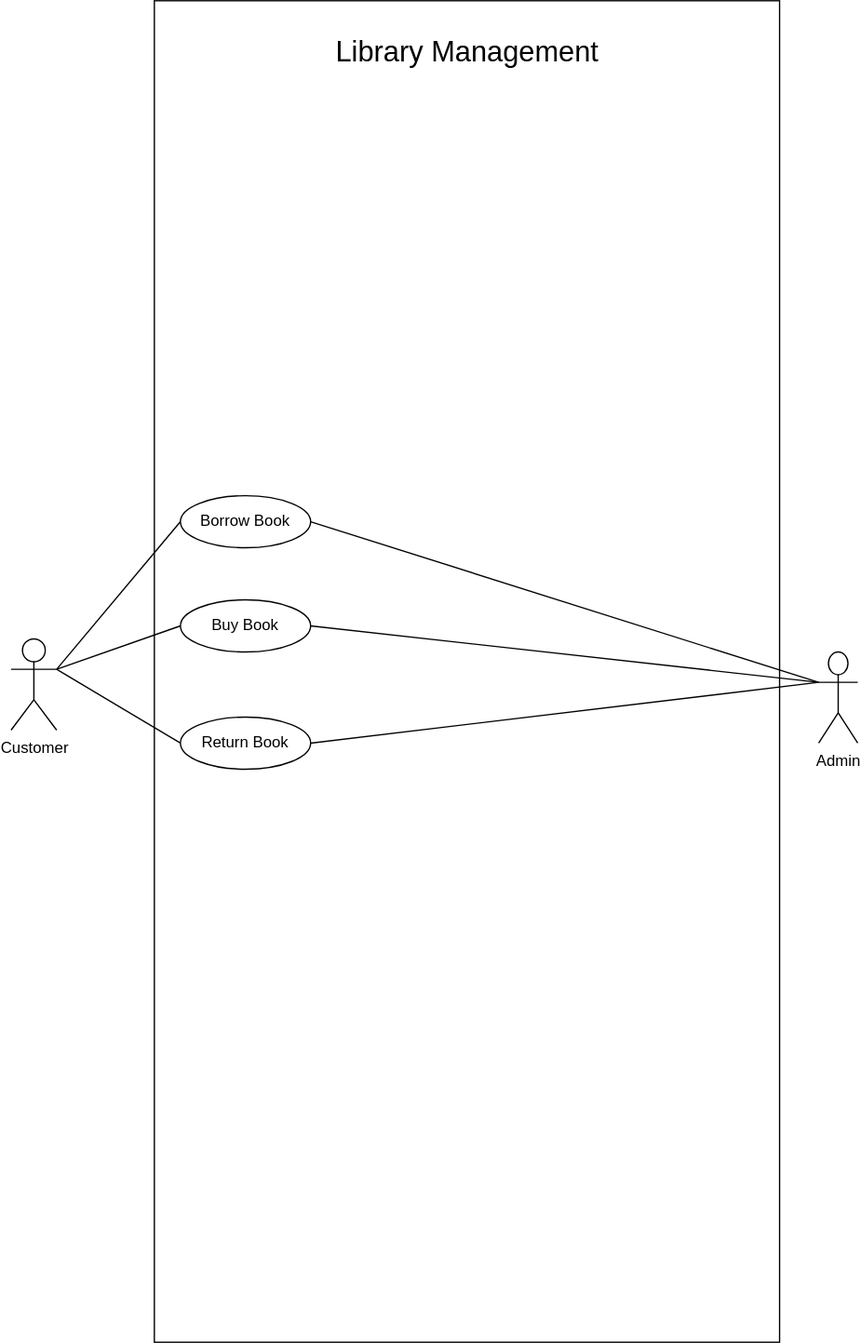
The draw.io diagram Library/control-flows/Case Diagram.svg in adarsh-kishore786/IT-Project, before a commit. Source tidied: cells renumbered, new cells last; positions are measured from the earlier drawing's top-left corner, leaving out a move shared by most shapes.
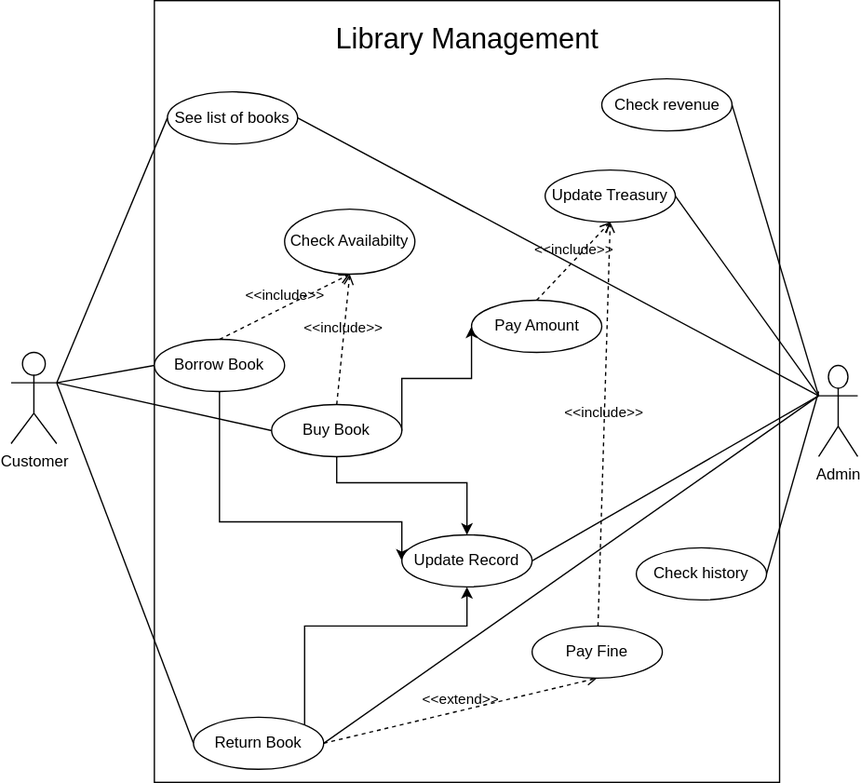
After the change.

Diff of the diagram source:
```diff
@@ -9,16 +9,44 @@
       <mxGeometry x="620" y="500" width="30" height="70" as="geometry" />
     </mxCell>
     <mxCell id="4" style="rounded=0;whiteSpace=wrap;html=1;" parent="1" vertex="1">
-      <mxGeometry x="110" width="480" height="1030" as="geometry" />
+      <mxGeometry x="110" y="220" width="480" height="600" as="geometry" />
     </mxCell>
+    <mxCell id="15" style="edgeStyle=elbowEdgeStyle;rounded=0;jettySize=auto;elbow=vertical;html=1;exitX=0.5;exitY=1;exitDx=0;exitDy=0;entryX=0;entryY=0.5;entryDx=0;entryDy=0;" parent="1" edge="1" source="5" target="29">
+      <mxGeometry relative="1" as="geometry">
+        <Array as="points">
+          <mxPoint x="270" y="620" />
+          <mxPoint x="410" y="490" />
+          <mxPoint x="320" y="490" />
+          <mxPoint x="490" y="500" />
+        </Array>
+      </mxGeometry>
+    </mxCell>
     <mxCell id="5" value="Borrow Book" style="ellipse;whiteSpace=wrap;html=1;" parent="1" vertex="1">
-      <mxGeometry x="130" y="380" width="100" height="40" as="geometry" />
+      <mxGeometry x="110" y="480" width="100" height="40" as="geometry" />
     </mxCell>
+    <mxCell id="16" style="edgeStyle=elbowEdgeStyle;rounded=0;jettySize=auto;elbow=vertical;html=1;exitX=1;exitY=0.5;exitDx=0;exitDy=0;entryX=0;entryY=0.5;entryDx=0;entryDy=0;" parent="1" edge="1" source="6" target="27">
+      <mxGeometry relative="1" as="geometry" />
+    </mxCell>
+    <mxCell id="17" style="edgeStyle=elbowEdgeStyle;rounded=0;jettySize=auto;elbow=vertical;html=1;entryX=0.5;entryY=0;entryDx=0;entryDy=0;exitX=0.5;exitY=1;exitDx=0;exitDy=0;" parent="1" edge="1" source="6" target="29">
+      <mxGeometry relative="1" as="geometry">
+        <Array as="points">
+          <mxPoint x="240" y="590" />
+        </Array>
+      </mxGeometry>
+    </mxCell>
     <mxCell id="6" value="Buy Book" style="ellipse;whiteSpace=wrap;html=1;" parent="1" vertex="1">
-      <mxGeometry x="130" y="460" width="100" height="40" as="geometry" />
+      <mxGeometry x="200" y="530" width="100" height="40" as="geometry" />
     </mxCell>
+    <mxCell id="18" style="edgeStyle=elbowEdgeStyle;rounded=0;jettySize=auto;elbow=vertical;html=1;exitX=1;exitY=1;exitDx=0;exitDy=0;entryX=0.5;entryY=1;entryDx=0;entryDy=0;" parent="1" edge="1" source="7" target="29">
+      <mxGeometry relative="1" as="geometry">
+        <Array as="points">
+          <mxPoint x="290" y="700" />
+          <mxPoint x="350" y="660" />
+        </Array>
+      </mxGeometry>
+    </mxCell>
     <mxCell id="7" value="Return Book" style="ellipse;whiteSpace=wrap;html=1;" parent="1" vertex="1">
-      <mxGeometry x="130" y="550" width="100" height="40" as="geometry" />
+      <mxGeometry x="140" y="770" width="100" height="40" as="geometry" />
     </mxCell>
     <mxCell id="8" style="endArrow=none;html=1;rounded=0;entryX=0;entryY=0.5;entryDx=0;entryDy=0;exitX=1;exitY=0.3333333333333333;exitDx=0;exitDy=0;exitPerimeter=0;" parent="1" edge="1" source="2" target="6">
       <mxGeometry relative="1" as="geometry" />
@@ -29,17 +57,73 @@
     <mxCell id="10" style="endArrow=none;html=1;rounded=0;entryX=0;entryY=0.5;entryDx=0;entryDy=0;exitX=1;exitY=0.3333333333333333;exitDx=0;exitDy=0;exitPerimeter=0;" parent="1" edge="1" source="2" target="7">
       <mxGeometry relative="1" as="geometry" />
     </mxCell>
-    <mxCell id="11" style="endArrow=none;html=1;rounded=0;entryX=0;entryY=0.3333333333333333;entryDx=0;entryDy=0;entryPerimeter=0;exitX=1;exitY=0.5;exitDx=0;exitDy=0;" parent="1" edge="1" source="5" target="3">
-      <mxGeometry relative="1" as="geometry" />
-    </mxCell>
-    <mxCell id="12" style="endArrow=none;html=1;rounded=0;entryX=0;entryY=0.3333333333333333;entryDx=0;entryDy=0;entryPerimeter=0;exitX=1;exitY=0.5;exitDx=0;exitDy=0;" parent="1" edge="1" source="6" target="3">
-      <mxGeometry relative="1" as="geometry" />
-    </mxCell>
     <mxCell id="13" style="endArrow=none;html=1;rounded=0;exitX=1;exitY=0.5;exitDx=0;exitDy=0;entryX=0;entryY=0.3333333333333333;entryDx=0;entryDy=0;entryPerimeter=0;" parent="1" edge="1" source="7" target="3">
       <mxGeometry relative="1" as="geometry" />
     </mxCell>
     <mxCell id="14" value="&lt;font style=&quot;font-size: 22px&quot;&gt;Library Management&lt;/font&gt;" style="text;html=1;strokeColor=none;fillColor=none;align=center;verticalAlign=middle;whiteSpace=wrap;rounded=0;" parent="1" vertex="1">
-      <mxGeometry x="246.5" y="10" width="207" height="60" as="geometry" />
+      <mxGeometry x="246.5" y="220" width="207" height="60" as="geometry" />
     </mxCell>
+    <mxCell id="19" value="See list of books" style="ellipse;whiteSpace=wrap;html=1;" parent="1" vertex="1">
+      <mxGeometry x="120" y="290" width="100" height="40" as="geometry" />
+    </mxCell>
+    <mxCell id="20" style="endArrow=none;html=1;rounded=0;entryX=0;entryY=0.5;entryDx=0;entryDy=0;exitX=1;exitY=0.3333333333333333;exitDx=0;exitDy=0;exitPerimeter=0;" parent="1" edge="1" source="2" target="19">
+      <mxGeometry relative="1" as="geometry" />
+    </mxCell>
+    <mxCell id="21" style="endArrow=none;html=1;rounded=0;entryX=1;entryY=0.5;entryDx=0;entryDy=0;exitX=0;exitY=0.3333333333333333;exitDx=0;exitDy=0;exitPerimeter=0;" parent="1" edge="1" source="3" target="19">
+      <mxGeometry relative="1" as="geometry" />
+    </mxCell>
+    <mxCell id="22" value="Check Availabilty" style="ellipse;whiteSpace=wrap;html=1;" parent="1" vertex="1">
+      <mxGeometry x="210" y="380" width="100" height="50" as="geometry" />
+    </mxCell>
+    <mxCell id="23" value="&amp;lt;&amp;lt;include&amp;gt;&amp;gt;" style="html=1;verticalAlign=bottom;labelBackgroundColor=none;endArrow=open;endFill=0;dashed=1;exitX=0.5;exitY=0;exitDx=0;exitDy=0;entryX=0.5;entryY=1;entryDx=0;entryDy=0;" parent="1" edge="1" source="5" target="22">
+      <mxGeometry relative="1" as="geometry" />
+    </mxCell>
+    <mxCell id="24" value="&amp;lt;&amp;lt;include&amp;gt;&amp;gt;" style="html=1;verticalAlign=bottom;labelBackgroundColor=none;endArrow=open;endFill=0;dashed=1;exitX=0.5;exitY=0;exitDx=0;exitDy=0;entryX=0.5;entryY=1;entryDx=0;entryDy=0;" parent="1" edge="1" source="6" target="22">
+      <mxGeometry relative="1" as="geometry" />
+    </mxCell>
+    <mxCell id="25" value="&amp;lt;&amp;lt;extend&amp;gt;&amp;gt;" style="html=1;verticalAlign=bottom;labelBackgroundColor=none;endArrow=open;endFill=0;dashed=1;exitX=1;exitY=0.5;exitDx=0;exitDy=0;entryX=0.5;entryY=1;entryDx=0;entryDy=0;" parent="1" edge="1" source="7" target="26">
+      <mxGeometry relative="1" as="geometry" />
+    </mxCell>
+    <mxCell id="26" value="Pay Fine" style="ellipse;whiteSpace=wrap;html=1;" parent="1" vertex="1">
+      <mxGeometry x="400" y="700" width="100" height="40" as="geometry" />
+    </mxCell>
+    <mxCell id="27" value="Pay Amount" style="ellipse;whiteSpace=wrap;html=1;" parent="1" vertex="1">
+      <mxGeometry x="353.5" y="450" width="100" height="40" as="geometry" />
+    </mxCell>
+    <mxCell id="28" style="edgeStyle=elbowEdgeStyle;rounded=0;orthogonalLoop=1;jettySize=auto;elbow=vertical;html=1;exitX=0.5;exitY=1;exitDx=0;exitDy=0;" parent="1" edge="1" source="27" target="27">
+      <mxGeometry relative="1" as="geometry" />
+    </mxCell>
+    <mxCell id="29" value="Update Record" style="ellipse;whiteSpace=wrap;html=1;" parent="1" vertex="1">
+      <mxGeometry x="300" y="630" width="100" height="40" as="geometry" />
+    </mxCell>
+    <mxCell id="30" style="endArrow=none;html=1;rounded=0;entryX=0;entryY=0.3333333333333333;entryDx=0;entryDy=0;entryPerimeter=0;exitX=1;exitY=0.5;exitDx=0;exitDy=0;" parent="1" edge="1" source="29" target="3">
+      <mxGeometry relative="1" as="geometry" />
+    </mxCell>
+    <mxCell id="31" value="Update Treasury" style="ellipse;whiteSpace=wrap;html=1;" parent="1" vertex="1">
+      <mxGeometry x="410" y="350" width="100" height="40" as="geometry" />
+    </mxCell>
+    <mxCell id="32" value="&amp;lt;&amp;lt;include&amp;gt;&amp;gt;" style="html=1;verticalAlign=bottom;labelBackgroundColor=none;endArrow=open;endFill=0;dashed=1;exitX=0.5;exitY=0;exitDx=0;exitDy=0;entryX=0.5;entryY=1;entryDx=0;entryDy=0;" parent="1" edge="1" source="27" target="31">
+      <mxGeometry relative="1" as="geometry" />
+    </mxCell>
+    <mxCell id="33" value="&amp;lt;&amp;lt;include&amp;gt;&amp;gt;" style="html=1;verticalAlign=bottom;labelBackgroundColor=none;endArrow=open;endFill=0;dashed=1;entryX=0.5;entryY=1;entryDx=0;entryDy=0;" parent="1" edge="1" source="26" target="31">
+      <mxGeometry relative="1" as="geometry" />
+    </mxCell>
+    <mxCell id="34" style="endArrow=none;html=1;rounded=0;exitX=1;exitY=0.5;exitDx=0;exitDy=0;entryX=0;entryY=0.3333333333333333;entryDx=0;entryDy=0;entryPerimeter=0;" parent="1" edge="1" source="31" target="3">
+      <mxGeometry relative="1" as="geometry" />
+    </mxCell>
+    <mxCell id="35" value="Check history" style="ellipse;whiteSpace=wrap;html=1;" parent="1" vertex="1">
+      <mxGeometry x="480" y="640" width="100" height="40" as="geometry" />
+    </mxCell>
+    <mxCell id="36" style="endArrow=none;html=1;rounded=0;entryX=1;entryY=0.5;entryDx=0;entryDy=0;" parent="1" edge="1" target="35">
+      <mxGeometry relative="1" as="geometry">
+        <mxPoint x="620" y="520" as="sourcePoint" />
+      </mxGeometry>
+    </mxCell>
+    <mxCell id="37" value="Check revenue" style="ellipse;whiteSpace=wrap;html=1;" parent="1" vertex="1">
+      <mxGeometry x="453.5" y="280" width="100" height="40" as="geometry" />
+    </mxCell>
+    <mxCell id="38" style="endArrow=none;html=1;rounded=0;entryX=0;entryY=0.3333333333333333;entryDx=0;entryDy=0;entryPerimeter=0;exitX=1;exitY=0.5;exitDx=0;exitDy=0;" parent="1" edge="1" source="37" target="3">
+      <mxGeometry relative="1" as="geometry" />
+    </mxCell>
   </root>
 </mxGraphModel>
```
